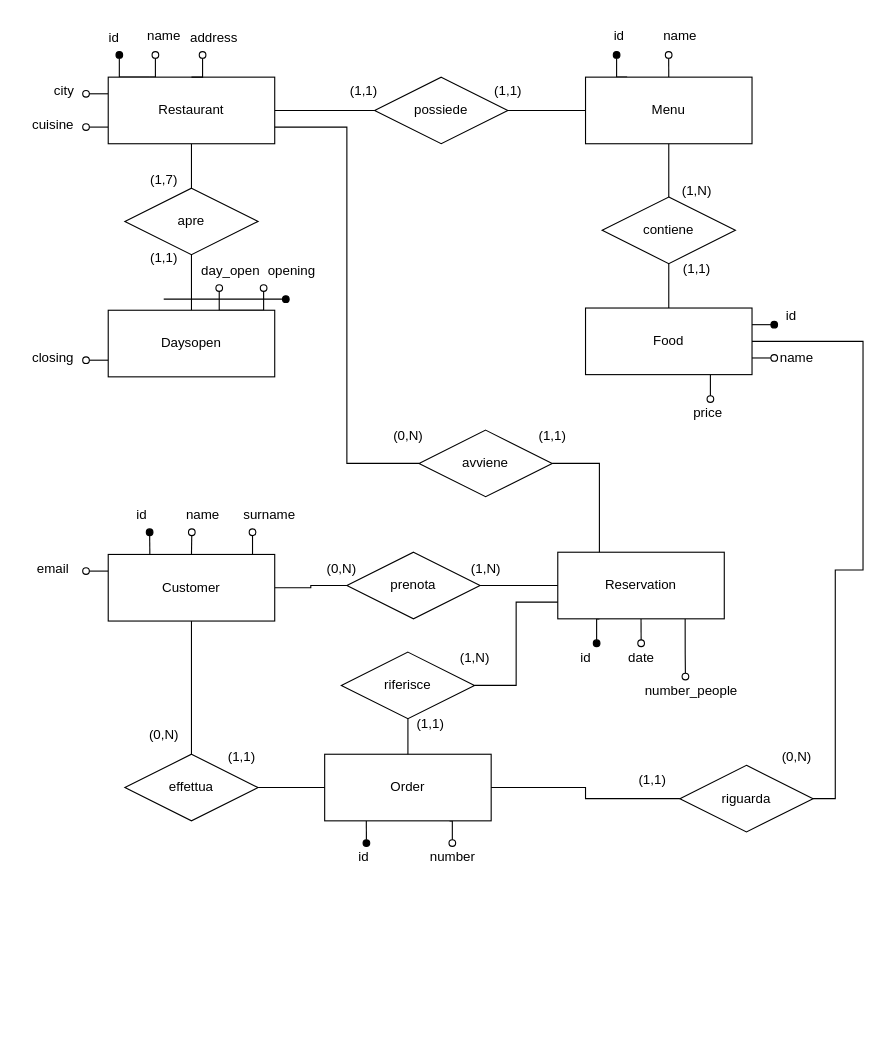
Above: postgres/ER.drawio in RAMtastic6/Proof-of-Concept (draw.io), before the change. Source tidied: cells renumbered, new cells numbered last; positions are measured from the earlier drawing's top-left corner, leaving out a move shared by most shapes. Both pictures are drawn from the tidied source at 111%, with x=0, y=0 at pixel (19, 19).
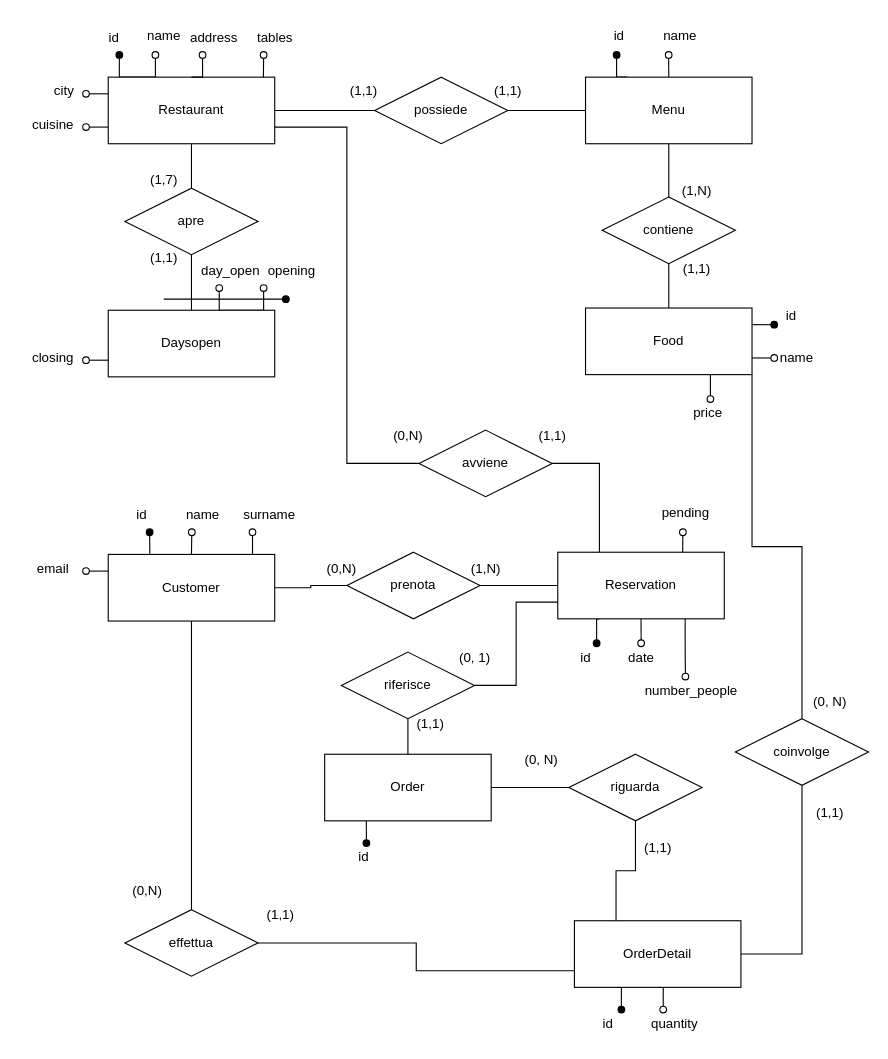
The same diagram, later.

Commit message (it also covers changes not shown here):
aggiornato schema ER

The change refers to these unchanged cells:
```xml
<mxCell id="8" value="Restaurant" style="rounded=0;whiteSpace=wrap;html=1;" parent="1" vertex="1">
  <mxGeometry x="80" y="52" width="150" height="60" as="geometry" />
</mxCell>
<mxCell id="43" value="Food" style="rounded=0;whiteSpace=wrap;html=1;" parent="1" vertex="1">
  <mxGeometry x="510" y="260" width="150" height="60" as="geometry" />
</mxCell>
<mxCell id="63" value="Reservation" style="rounded=0;whiteSpace=wrap;html=1;" parent="1" vertex="1">
  <mxGeometry x="485" y="480" width="150" height="60" as="geometry" />
</mxCell>
<mxCell id="78" value="Order" style="rounded=0;whiteSpace=wrap;html=1;" parent="1" vertex="1">
  <mxGeometry x="275" y="662" width="150" height="60" as="geometry" />
</mxCell>
```

Diff of the diagram source:
```diff
@@
-    <mxCell id="42" style="edgeStyle=orthogonalEdgeStyle;rounded=0;jettySize=auto;html=1;entryX=1;entryY=0.5;entryDx=0;entryDy=0;endArrow=none;endFill=0;" parent="1" edge="1" source="43" target="86">
-      <mxGeometry relative="1" as="geometry">
-        <Array as="points">
-          <mxPoint x="760" y="290" />
-          <mxPoint x="760" y="496" />
-          <mxPoint x="735" y="496" />
-          <mxPoint x="735" y="702" />
-        </Array>
-      </mxGeometry>
-    </mxCell>
@@
+    <mxCell id="94" style="edgeStyle=orthogonalEdgeStyle;rounded=0;jettySize=auto;html=1;exitX=0.75;exitY=0;exitDx=0;exitDy=0;endArrow=oval;endFill=0;" parent="1" edge="1" source="63">
+      <mxGeometry relative="1" as="geometry">
+        <mxPoint x="597.7" y="462" as="targetPoint" />
+      </mxGeometry>
+    </mxCell>
@@
-    <mxCell id="77" style="edgeStyle=orthogonalEdgeStyle;rounded=0;jettySize=auto;html=1;exitX=0.75;exitY=1;exitDx=0;exitDy=0;endArrow=oval;endFill=0;" parent="1" edge="1" source="78">
-      <mxGeometry relative="1" as="geometry">
-        <mxPoint x="390" y="742" as="targetPoint" />
-      </mxGeometry>
-    </mxCell>
@@
-    <mxCell id="80" style="edgeStyle=orthogonalEdgeStyle;rounded=0;jettySize=auto;html=1;entryX=0;entryY=0.5;entryDx=0;entryDy=0;endArrow=none;endFill=0;" parent="1" edge="1" source="81" target="78">
-      <mxGeometry relative="1" as="geometry" />
-    </mxCell>
+    <mxCell id="95" style="edgeStyle=orthogonalEdgeStyle;rounded=0;jettySize=auto;html=1;entryX=0;entryY=0.75;entryDx=0;entryDy=0;endArrow=none;endFill=0;" parent="1" edge="1" source="81" target="102">
+      <mxGeometry relative="1" as="geometry" />
+    </mxCell>
     <mxCell id="81" value="effettua" style="shape=rhombus;perimeter=rhombusPerimeter;whiteSpace=wrap;html=1;align=center;" parent="1" vertex="1">
-      <mxGeometry x="95" y="662" width="120" height="60" as="geometry" />
+      <mxGeometry x="95" y="802" width="120" height="60" as="geometry" />
     </mxCell>
     <mxCell id="82" value="(0,N)" style="text;html=1;align=center;verticalAlign=middle;strokeColor=none;fillColor=none;" parent="1" vertex="1">
-      <mxGeometry x="105" y="630" width="50" height="30" as="geometry" />
+      <mxGeometry x="90" y="770" width="50" height="30" as="geometry" />
     </mxCell>
     <mxCell id="83" value="(1,1)" style="text;html=1;align=center;verticalAlign=middle;strokeColor=none;fillColor=none;" parent="1" vertex="1">
-      <mxGeometry x="175" y="650" width="50" height="30" as="geometry" />
+      <mxGeometry x="210" y="792" width="50" height="30" as="geometry" />
     </mxCell>
-    <mxCell id="84" value="number" style="text;html=1;align=center;verticalAlign=middle;strokeColor=none;fillColor=none;" parent="1" vertex="1">
-      <mxGeometry x="360" y="740" width="60" height="30" as="geometry" />
-    </mxCell>
@@
+    <mxCell id="96" style="edgeStyle=orthogonalEdgeStyle;rounded=0;jettySize=auto;html=1;exitX=0.5;exitY=1;exitDx=0;exitDy=0;entryX=0.25;entryY=0;entryDx=0;entryDy=0;endArrow=none;endFill=0;" parent="1" edge="1" source="86" target="102">
+      <mxGeometry relative="1" as="geometry" />
+    </mxCell>
     <mxCell id="86" value="riguarda" style="shape=rhombus;perimeter=rhombusPerimeter;whiteSpace=wrap;html=1;align=center;" parent="1" vertex="1">
-      <mxGeometry x="595" y="672" width="120" height="60" as="geometry" />
+      <mxGeometry x="495" y="662" width="120" height="60" as="geometry" />
     </mxCell>
-    <mxCell id="87" value="(1,1)" style="text;html=1;align=center;verticalAlign=middle;strokeColor=none;fillColor=none;" parent="1" vertex="1">
-      <mxGeometry x="545" y="670" width="50" height="30" as="geometry" />
+    <mxCell id="87" value="(0, N)" style="text;html=1;align=center;verticalAlign=middle;strokeColor=none;fillColor=none;" parent="1" vertex="1">
+      <mxGeometry x="445" y="652" width="50" height="30" as="geometry" />
     </mxCell>
-    <mxCell id="88" value="(0,N)" style="text;html=1;align=center;verticalAlign=middle;strokeColor=none;fillColor=none;" parent="1" vertex="1">
-      <mxGeometry x="675" y="650" width="50" height="30" as="geometry" />
+    <mxCell id="88" value="(1,1)" style="text;html=1;align=center;verticalAlign=middle;strokeColor=none;fillColor=none;" parent="1" vertex="1">
+      <mxGeometry x="550" y="732" width="50" height="30" as="geometry" />
     </mxCell>
@@
-    <mxCell id="93" value="(1,N)" style="text;html=1;align=center;verticalAlign=middle;strokeColor=none;fillColor=none;" parent="1" vertex="1">
+    <mxCell id="93" value="(0, 1)" style="text;html=1;align=center;verticalAlign=middle;strokeColor=none;fillColor=none;" parent="1" vertex="1">
       <mxGeometry x="385" y="560" width="50" height="30" as="geometry" />
     </mxCell>
+    <mxCell id="97" style="edgeStyle=orthogonalEdgeStyle;rounded=0;jettySize=auto;html=1;exitX=0.932;exitY=0.002;exitDx=0;exitDy=0;endArrow=oval;endFill=0;exitPerimeter=0;" parent="1" edge="1" source="8">
+      <mxGeometry relative="1" as="geometry">
+        <mxPoint x="220" y="32" as="targetPoint" />
+      </mxGeometry>
+    </mxCell>
+    <mxCell id="98" value="tables" style="text;html=1;align=center;verticalAlign=middle;strokeColor=none;fillColor=none;" parent="1" vertex="1">
+      <mxGeometry x="200" y="2" width="60" height="30" as="geometry" />
+    </mxCell>
+    <mxCell id="99" value="pending" style="text;html=1;align=center;verticalAlign=middle;strokeColor=none;fillColor=none;" parent="1" vertex="1">
+      <mxGeometry x="565" y="430" width="70" height="30" as="geometry" />
+    </mxCell>
+    <mxCell id="100" style="edgeStyle=orthogonalEdgeStyle;rounded=0;jettySize=auto;html=1;exitX=0.25;exitY=1;exitDx=0;exitDy=0;endArrow=oval;endFill=1;" parent="1" edge="1" source="102">
+      <mxGeometry relative="1" as="geometry">
+        <mxPoint x="542.3" y="892" as="targetPoint" />
+      </mxGeometry>
+    </mxCell>
+    <mxCell id="101" style="edgeStyle=orthogonalEdgeStyle;rounded=0;jettySize=auto;html=1;exitX=0.5;exitY=1;exitDx=0;exitDy=0;endArrow=oval;endFill=0;" parent="1" edge="1" source="102">
+      <mxGeometry relative="1" as="geometry">
+        <mxPoint x="580" y="892" as="targetPoint" />
+      </mxGeometry>
+    </mxCell>
+    <mxCell id="102" value="OrderDetail" style="rounded=0;whiteSpace=wrap;html=1;" parent="1" vertex="1">
+      <mxGeometry x="500" y="812" width="150" height="60" as="geometry" />
+    </mxCell>
+    <mxCell id="103" value="id" style="text;html=1;align=center;verticalAlign=middle;strokeColor=none;fillColor=none;" parent="1" vertex="1">
+      <mxGeometry x="515" y="890" width="30" height="30" as="geometry" />
+    </mxCell>
+    <mxCell id="104" value="quantity" style="text;html=1;align=center;verticalAlign=middle;strokeColor=none;fillColor=none;" parent="1" vertex="1">
+      <mxGeometry x="555" y="890" width="70" height="30" as="geometry" />
+    </mxCell>
+    <mxCell id="105" style="edgeStyle=orthogonalEdgeStyle;rounded=0;jettySize=auto;html=1;exitX=0.5;exitY=1;exitDx=0;exitDy=0;entryX=1;entryY=0.5;entryDx=0;entryDy=0;endArrow=none;endFill=0;" parent="1" edge="1" source="107" target="102">
+      <mxGeometry relative="1" as="geometry" />
+    </mxCell>
+    <mxCell id="106" style="edgeStyle=orthogonalEdgeStyle;rounded=0;jettySize=auto;html=1;exitX=0.5;exitY=0;exitDx=0;exitDy=0;entryX=1;entryY=1;entryDx=0;entryDy=0;endArrow=none;endFill=0;" parent="1" edge="1" source="107" target="43">
+      <mxGeometry relative="1" as="geometry" />
+    </mxCell>
+    <mxCell id="107" value="coinvolge" style="shape=rhombus;perimeter=rhombusPerimeter;whiteSpace=wrap;html=1;align=center;" parent="1" vertex="1">
+      <mxGeometry x="645" y="630" width="120" height="60" as="geometry" />
+    </mxCell>
+    <mxCell id="108" value="(1,1)" style="text;html=1;align=center;verticalAlign=middle;strokeColor=none;fillColor=none;" parent="1" vertex="1">
+      <mxGeometry x="705" y="700" width="50" height="30" as="geometry" />
+    </mxCell>
+    <mxCell id="109" value="(0, N)" style="text;html=1;align=center;verticalAlign=middle;strokeColor=none;fillColor=none;" parent="1" vertex="1">
+      <mxGeometry x="705" y="600" width="50" height="30" as="geometry" />
+    </mxCell>
```
